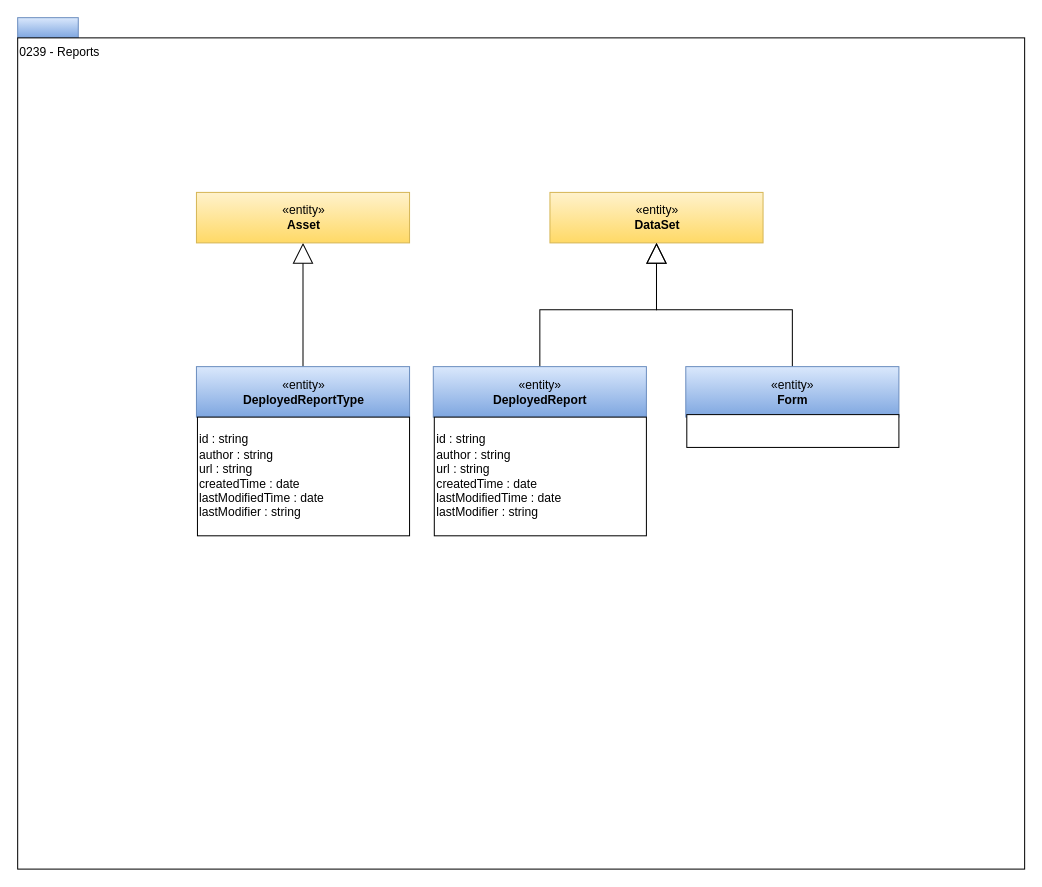
odpi/egeria-docs keeps this draw.io diagram as page "0239-Reports" (19 of 24) of site/docs/types/2/area-2-assets.drawio. Above is the earlier version. Source tidied: cells renumbered, new cells numbered last; positions are measured from the earlier drawing's top-left corner, leaving out a move shared by most shapes. Both pictures are drawn from the tidied source at 101%, with x=0, y=0 at pixel (17, 17).
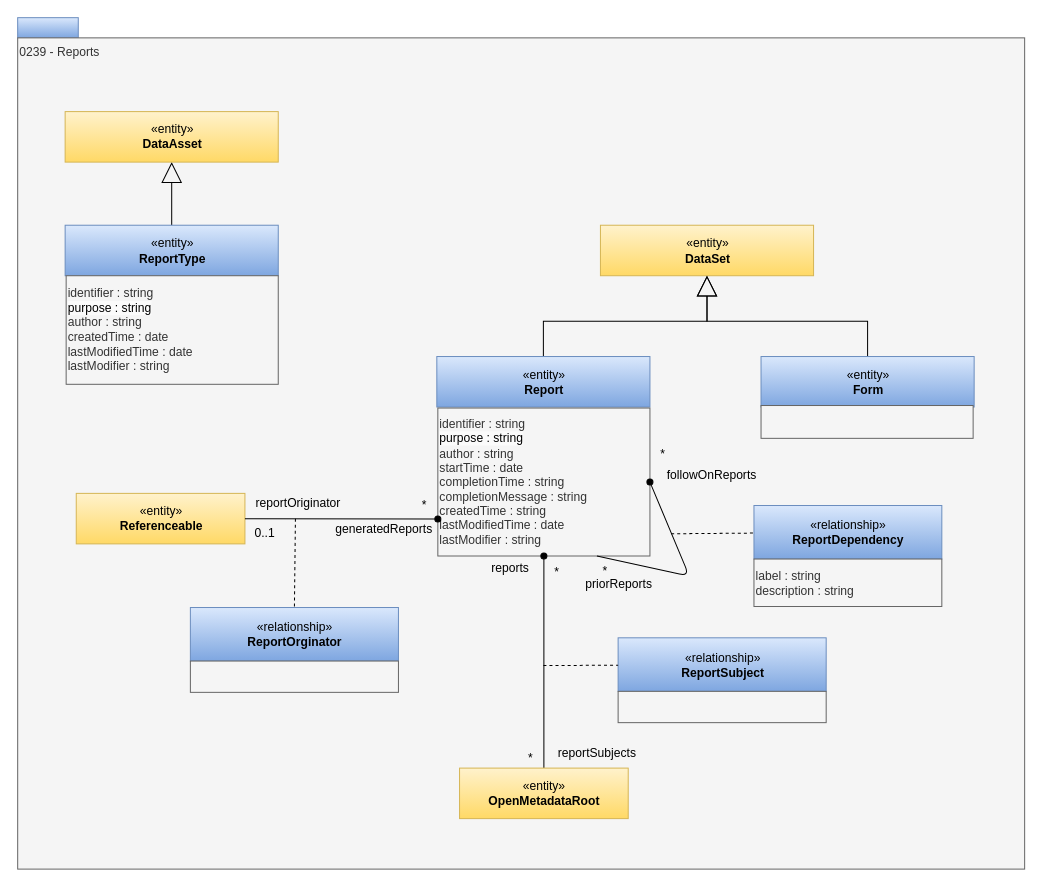
After the change.

Diff of the diagram source:
```diff
@@
-    <mxCell id="3" value="0239 - Reports" style="rounded=0;whiteSpace=wrap;html=1;align=left;verticalAlign=top;" parent="1" vertex="1">
+    <mxCell id="3" value="0239 - Reports" style="rounded=0;whiteSpace=wrap;html=1;align=left;verticalAlign=top;fillColor=#f5f5f5;fontColor=#333333;strokeColor=#666666;" parent="1" vertex="1">
       <mxGeometry y="20" width="997" height="823" as="geometry" />
     </mxCell>
     <mxCell id="4" value="«entity»&lt;br&gt;&lt;b&gt;DataSet&lt;/b&gt;" style="html=1;strokeColor=#d6b656;align=center;fillColor=#fff2cc;gradientColor=#ffd966;" parent="1" vertex="1">
-      <mxGeometry x="527" y="173" width="211" height="50" as="geometry" />
+      <mxGeometry x="577" y="205.5" width="211" height="50" as="geometry" />
     </mxCell>
@@
-    <mxCell id="6" value="«entity»&lt;br&gt;&lt;b&gt;DeployedReport&lt;/b&gt;" style="html=1;strokeColor=#6c8ebf;align=center;fillColor=#dae8fc;gradientColor=#7ea6e0;" parent="1" vertex="1">
-      <mxGeometry x="411.5" y="345.5" width="211" height="50" as="geometry" />
+    <mxCell id="6" value="«entity»&lt;br&gt;&lt;b&gt;Report&lt;/b&gt;" style="html=1;strokeColor=#6c8ebf;align=center;fillColor=#dae8fc;gradientColor=#7ea6e0;" parent="1" vertex="1">
+      <mxGeometry x="415" y="335.5" width="211" height="50" as="geometry" />
     </mxCell>
-    <mxCell id="7" value="id : string&lt;br&gt;author : string&lt;br&gt;url : string&lt;br&gt;createdTime : date&lt;br&gt;lastModifiedTime : date&lt;br&gt;lastModifier : string" style="rounded=0;whiteSpace=wrap;html=1;strokeColor=#000000;gradientColor=#ffffff;align=left;" parent="1" vertex="1">
-      <mxGeometry x="412.5" y="395.5" width="210" height="117.5" as="geometry" />
+    <mxCell id="7" value="identifier : string&lt;div&gt;&lt;span style=&quot;color: rgb(0, 0, 0); background-color: rgb(251, 251, 251);&quot;&gt;purpose : string&lt;/span&gt;&lt;br style=&quot;color: rgb(0, 0, 0);&quot;&gt;author : string&lt;br&gt;startTime : date&lt;br&gt;&lt;div&gt;completionTime : string&lt;/div&gt;&lt;div&gt;completionMessage : string&lt;/div&gt;&lt;div&gt;createdTime : string&lt;/div&gt;&lt;div&gt;lastModifiedTime : date&lt;br&gt;lastModifier : string&lt;/div&gt;&lt;/div&gt;" style="rounded=0;whiteSpace=wrap;html=1;strokeColor=#666666;align=left;fillColor=#f5f5f5;fontColor=#333333;" parent="1" vertex="1">
+      <mxGeometry x="416" y="386.5" width="210" height="146.5" as="geometry" />
     </mxCell>
@@
     <mxCell id="9" value="«entity»&lt;br&gt;&lt;b&gt;Form&lt;/b&gt;" style="html=1;strokeColor=#6c8ebf;align=center;fillColor=#dae8fc;gradientColor=#7ea6e0;" parent="1" vertex="1">
-      <mxGeometry x="661.5" y="345.5" width="211" height="50" as="geometry" />
+      <mxGeometry x="736" y="335.5" width="211" height="50" as="geometry" />
     </mxCell>
-    <mxCell id="10" style="rounded=0;whiteSpace=wrap;html=1;strokeColor=#000000;gradientColor=#ffffff;align=left;" parent="1" vertex="1">
-      <mxGeometry x="662.5" y="393" width="210" height="32.5" as="geometry" />
+    <mxCell id="10" style="rounded=0;whiteSpace=wrap;html=1;strokeColor=#666666;align=left;fillColor=#f5f5f5;fontColor=#333333;" parent="1" vertex="1">
+      <mxGeometry x="736" y="384" width="210" height="32.5" as="geometry" />
     </mxCell>
@@
-    <mxCell id="12" value="«entity»&lt;br&gt;&lt;b&gt;DeployedReportType&lt;/b&gt;" style="html=1;strokeColor=#6c8ebf;align=center;fillColor=#dae8fc;gradientColor=#7ea6e0;" parent="1" vertex="1">
-      <mxGeometry x="177" y="345.5" width="211" height="50" as="geometry" />
+    <mxCell id="12" value="«entity»&lt;br&gt;&lt;b&gt;ReportType&lt;/b&gt;" style="html=1;strokeColor=#6c8ebf;align=center;fillColor=#dae8fc;gradientColor=#7ea6e0;" parent="1" vertex="1">
+      <mxGeometry x="47" y="205.5" width="211" height="50" as="geometry" />
     </mxCell>
-    <mxCell id="13" value="id : string&lt;br&gt;author : string&lt;br&gt;url : string&lt;br&gt;createdTime : date&lt;br&gt;lastModifiedTime : date&lt;br&gt;lastModifier : string" style="rounded=0;whiteSpace=wrap;html=1;strokeColor=#000000;gradientColor=#ffffff;align=left;" parent="1" vertex="1">
-      <mxGeometry x="178" y="395.5" width="210" height="117.5" as="geometry" />
+    <mxCell id="13" value="identifier : string&lt;div&gt;&lt;span style=&quot;color: rgb(0, 0, 0); background-color: rgb(251, 251, 251);&quot;&gt;purpose : string&lt;/span&gt;&lt;br style=&quot;color: rgb(0, 0, 0);&quot;&gt;author : string&lt;br&gt;createdTime : date&lt;br&gt;lastModifiedTime : date&lt;br&gt;lastModifier : string&lt;/div&gt;" style="rounded=0;whiteSpace=wrap;html=1;strokeColor=#666666;align=left;fillColor=#f5f5f5;fontColor=#333333;" parent="1" vertex="1">
+      <mxGeometry x="48" y="255.5" width="210" height="107.5" as="geometry" />
     </mxCell>
-    <mxCell id="14" value="«entity»&lt;br&gt;&lt;b&gt;Asset&lt;/b&gt;" style="html=1;strokeColor=#d6b656;align=center;fillColor=#fff2cc;gradientColor=#ffd966;" parent="1" vertex="1">
-      <mxGeometry x="177" y="173" width="211" height="50" as="geometry" />
+    <mxCell id="14" value="«entity»&lt;br&gt;&lt;b&gt;DataAsset&lt;/b&gt;" style="html=1;strokeColor=#d6b656;align=center;fillColor=#fff2cc;gradientColor=#ffd966;" parent="1" vertex="1">
+      <mxGeometry x="47" y="93" width="211" height="50" as="geometry" />
     </mxCell>
+    <mxCell id="15" value="«entity»&lt;br&gt;&lt;b&gt;Referenceable&lt;/b&gt;" style="html=1;strokeColor=#d6b656;align=center;fillColor=#fff2cc;gradientColor=#ffd966;" parent="1" vertex="1">
+      <mxGeometry x="58" y="471" width="167" height="50" as="geometry" />
+    </mxCell>
+    <mxCell id="16" value="«relationship»&lt;br&gt;&lt;b&gt;ReportOrginator&lt;/b&gt;" style="html=1;strokeColor=#6c8ebf;align=center;fillColor=#dae8fc;gradientColor=#7ea6e0;" parent="1" vertex="1">
+      <mxGeometry x="171" y="584" width="206" height="53" as="geometry" />
+    </mxCell>
+    <mxCell id="17" style="endArrow=none;dashed=1;html=1;entryX=0.5;entryY=0;entryDx=0;entryDy=0;" parent="1" edge="1" target="16">
+      <mxGeometry relative="1" as="geometry">
+        <mxPoint x="275" y="496" as="sourcePoint" />
+      </mxGeometry>
+    </mxCell>
+    <mxCell id="18" value="*" style="text;html=1;strokeColor=none;fillColor=none;align=center;verticalAlign=middle;whiteSpace=wrap;rounded=0;" parent="1" vertex="1">
+      <mxGeometry x="495" y="723" width="25.5" height="20" as="geometry" />
+    </mxCell>
+    <mxCell id="19" value="0..1" style="text;html=1;strokeColor=none;fillColor=none;align=center;verticalAlign=middle;whiteSpace=wrap;rounded=0;" parent="1" vertex="1">
+      <mxGeometry x="225" y="501" width="40" height="20" as="geometry" />
+    </mxCell>
+    <mxCell id="20" style="rounded=0;whiteSpace=wrap;html=1;strokeColor=#666666;align=center;fillColor=#f5f5f5;fontColor=#333333;" parent="1" vertex="1">
+      <mxGeometry x="171" y="637" width="206" height="31" as="geometry" />
+    </mxCell>
+    <mxCell id="21" value="generatedReports" style="text;html=1;strokeColor=none;fillColor=none;align=center;verticalAlign=middle;whiteSpace=wrap;rounded=0;" parent="1" vertex="1">
+      <mxGeometry x="309.5" y="497" width="105.5" height="20" as="geometry" />
+    </mxCell>
+    <mxCell id="22" value="reportOriginator" style="text;html=1;strokeColor=none;fillColor=none;align=center;verticalAlign=middle;whiteSpace=wrap;rounded=0;" parent="1" vertex="1">
+      <mxGeometry x="219.5" y="471" width="115.5" height="20" as="geometry" />
+    </mxCell>
+    <mxCell id="23" style="endArrow=none;html=1;entryX=1;entryY=0.5;exitX=0;exitY=0.75;endFill=0;startArrow=oval;startFill=1;exitDx=0;exitDy=0;entryDx=0;entryDy=0;" parent="1" edge="1" source="7" target="15">
+      <mxGeometry relative="1" as="geometry" />
+    </mxCell>
+    <mxCell id="24" value="reportSubjects" style="text;html=1;strokeColor=none;fillColor=none;align=center;verticalAlign=middle;whiteSpace=wrap;rounded=0;" parent="1" vertex="1">
+      <mxGeometry x="520.5" y="719" width="105.5" height="20" as="geometry" />
+    </mxCell>
+    <mxCell id="25" value="«relationship»&lt;br&gt;&lt;b&gt;ReportSubject&lt;/b&gt;" style="html=1;strokeColor=#6c8ebf;align=center;fillColor=#dae8fc;gradientColor=#7ea6e0;" parent="1" vertex="1">
+      <mxGeometry x="594.5" y="614" width="206" height="53" as="geometry" />
+    </mxCell>
+    <mxCell id="26" style="endArrow=none;dashed=1;html=1;" parent="1" edge="1" target="25">
+      <mxGeometry relative="1" as="geometry">
+        <mxPoint x="520.5" y="641.5" as="sourcePoint" />
+      </mxGeometry>
+    </mxCell>
+    <mxCell id="27" style="rounded=0;whiteSpace=wrap;html=1;strokeColor=#666666;align=center;fillColor=#f5f5f5;fontColor=#333333;" parent="1" vertex="1">
+      <mxGeometry x="594.5" y="667" width="206" height="31" as="geometry" />
+    </mxCell>
+    <mxCell id="28" value="«relationship»&lt;br&gt;&lt;b&gt;ReportDependency&lt;/b&gt;" style="html=1;strokeColor=#6c8ebf;align=center;fillColor=#dae8fc;gradientColor=#7ea6e0;" parent="1" vertex="1">
+      <mxGeometry x="729" y="483" width="186" height="53" as="geometry" />
+    </mxCell>
+    <mxCell id="29" style="endArrow=none;dashed=1;html=1;" parent="1" edge="1" target="28">
+      <mxGeometry relative="1" as="geometry">
+        <mxPoint x="647" y="511" as="sourcePoint" />
+      </mxGeometry>
+    </mxCell>
+    <mxCell id="30" value="label : string&lt;div&gt;description : string&lt;/div&gt;" style="rounded=0;whiteSpace=wrap;html=1;strokeColor=#666666;align=left;fillColor=#f5f5f5;fontColor=#333333;" parent="1" vertex="1">
+      <mxGeometry x="729" y="536" width="186" height="47" as="geometry" />
+    </mxCell>
+    <mxCell id="31" value="*" style="text;html=1;strokeColor=none;fillColor=none;align=center;verticalAlign=middle;whiteSpace=wrap;rounded=0;" parent="1" vertex="1">
+      <mxGeometry x="391" y="473" width="24" height="20" as="geometry" />
+    </mxCell>
+    <mxCell id="32" style="endArrow=none;html=1;entryX=0.5;entryY=0;exitX=0.5;exitY=1;endFill=0;startArrow=oval;startFill=1;exitDx=0;exitDy=0;entryDx=0;entryDy=0;" parent="1" edge="1" source="7" target="33">
+      <mxGeometry relative="1" as="geometry" />
+    </mxCell>
+    <mxCell id="33" value="«entity»&lt;br&gt;&lt;b&gt;OpenMetadataRoot&lt;/b&gt;" style="html=1;strokeColor=#d6b656;align=center;fillColor=#fff2cc;gradientColor=#ffd966;" parent="1" vertex="1">
+      <mxGeometry x="437.5" y="743" width="167" height="50" as="geometry" />
+    </mxCell>
+    <mxCell id="34" style="endArrow=none;html=1;entryX=0.75;entryY=1;exitX=1;exitY=0.5;endFill=0;startArrow=oval;startFill=1;exitDx=0;exitDy=0;entryDx=0;entryDy=0;edgeStyle=elbowEdgeStyle;elbow=vertical;" parent="1" edge="1" source="7" target="7">
+      <mxGeometry relative="1" as="geometry">
+        <Array as="points">
+          <mxPoint x="665" y="553" />
+        </Array>
+      </mxGeometry>
+    </mxCell>
+    <mxCell id="35" value="priorReports" style="text;html=1;align=center;verticalAlign=middle;strokeColor=none;fillColor=none;" parent="1" vertex="1">
+      <mxGeometry x="550" y="546" width="90" height="30" as="geometry" />
+    </mxCell>
+    <mxCell id="36" value="followOnReports" style="text;html=1;align=center;verticalAlign=middle;strokeColor=none;fillColor=none;" parent="1" vertex="1">
+      <mxGeometry x="632" y="438" width="110" height="30" as="geometry" />
+    </mxCell>
+    <mxCell id="37" value="reports" style="text;html=1;strokeColor=none;fillColor=none;align=center;verticalAlign=middle;whiteSpace=wrap;rounded=0;" parent="1" vertex="1">
+      <mxGeometry x="455" y="535" width="65.5" height="20" as="geometry" />
+    </mxCell>
+    <mxCell id="38" value="*" style="text;html=1;strokeColor=none;fillColor=none;align=center;verticalAlign=middle;whiteSpace=wrap;rounded=0;" parent="1" vertex="1">
+      <mxGeometry x="626" y="421.5" width="25.5" height="20" as="geometry" />
+    </mxCell>
+    <mxCell id="39" value="*" style="text;html=1;strokeColor=none;fillColor=none;align=center;verticalAlign=middle;whiteSpace=wrap;rounded=0;" parent="1" vertex="1">
+      <mxGeometry x="569" y="538" width="25.5" height="20" as="geometry" />
+    </mxCell>
+    <mxCell id="40" value="*" style="text;html=1;strokeColor=none;fillColor=none;align=center;verticalAlign=middle;whiteSpace=wrap;rounded=0;" parent="1" vertex="1">
+      <mxGeometry x="520.5" y="539" width="25.5" height="20" as="geometry" />
+    </mxCell>
```
